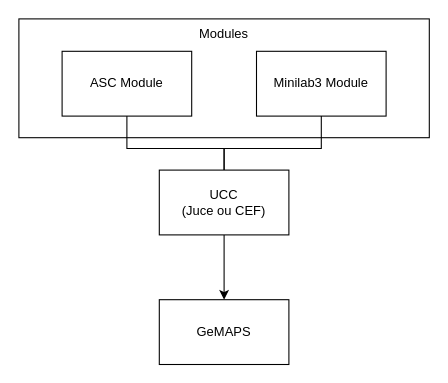
ThomasColin1/rapport_pfe keeps this draw.io diagram as drawio/gmaps.drawio. Above is the earlier version. Source tidied: cells renumbered, new cells numbered last; positions are measured from the earlier drawing's top-left corner, leaving out a move shared by most shapes. Both pictures are drawn from the tidied source at 108%, with x=0, y=0 at pixel (18, 18).
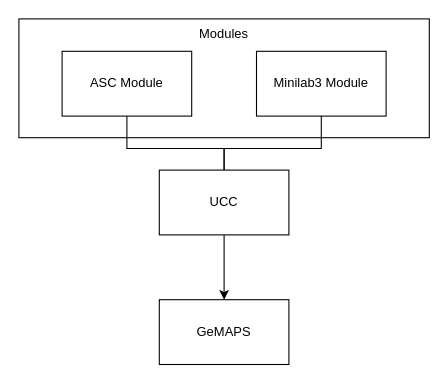
The same diagram, later.

Commit message (it also covers changes not shown here):
Corrections schemas + powerpoint

Change to the diagram source:
```diff
@@
 <mxGraphModel>
   <root>
     <mxCell id="0" />
     <mxCell id="1" parent="0" />
     <mxCell id="2" value="Modules" style="whiteSpace=wrap;html=1;verticalAlign=top;" parent="1" vertex="1">
       <mxGeometry width="380" height="110" as="geometry" />
     </mxCell>
     <mxCell id="3" style="edgeStyle=none;html=1;endArrow=none;endFill=0;exitX=0.5;exitY=1;exitDx=0;exitDy=0;rounded=0;" parent="1" edge="1" source="4" target="7">
       <mxGeometry relative="1" as="geometry">
         <Array as="points">
           <mxPoint x="100" y="120" />
           <mxPoint x="150" y="120" />
           <mxPoint x="190" y="120" />
         </Array>
       </mxGeometry>
     </mxCell>
     <mxCell id="4" value="ASC Module" style="whiteSpace=wrap;html=1;" parent="1" vertex="1">
       <mxGeometry x="40" y="30" width="120" height="60" as="geometry" />
     </mxCell>
     <mxCell id="5" value="Minilab3 Module" style="whiteSpace=wrap;html=1;" parent="1" vertex="1">
       <mxGeometry x="220" y="30" width="120" height="60" as="geometry" />
     </mxCell>
     <mxCell id="6" style="edgeStyle=none;html=1;" parent="1" edge="1" source="7" target="8">
       <mxGeometry relative="1" as="geometry" />
     </mxCell>
-    <mxCell id="7" value="UCC&lt;br&gt;(Juce ou CEF)" style="whiteSpace=wrap;html=1;" parent="1" vertex="1">
+    <mxCell id="7" value="UCC" style="whiteSpace=wrap;html=1;" parent="1" vertex="1">
       <mxGeometry x="130" y="140" width="120" height="60" as="geometry" />
     </mxCell>
     <mxCell id="8" value="GeMAPS&lt;br&gt;" style="whiteSpace=wrap;html=1;" parent="1" vertex="1">
       <mxGeometry x="130" y="260" width="120" height="60" as="geometry" />
     </mxCell>
     <mxCell id="9" style="edgeStyle=none;html=1;endArrow=none;endFill=0;exitX=0.5;exitY=1;exitDx=0;exitDy=0;entryX=0.5;entryY=0;entryDx=0;entryDy=0;rounded=0;" parent="1" edge="1" source="5" target="7">
       <mxGeometry relative="1" as="geometry">
         <Array as="points">
           <mxPoint x="280" y="120" />
           <mxPoint x="230" y="120" />
           <mxPoint x="190" y="120" />
         </Array>
       </mxGeometry>
     </mxCell>
   </root>
 </mxGraphModel>
```
